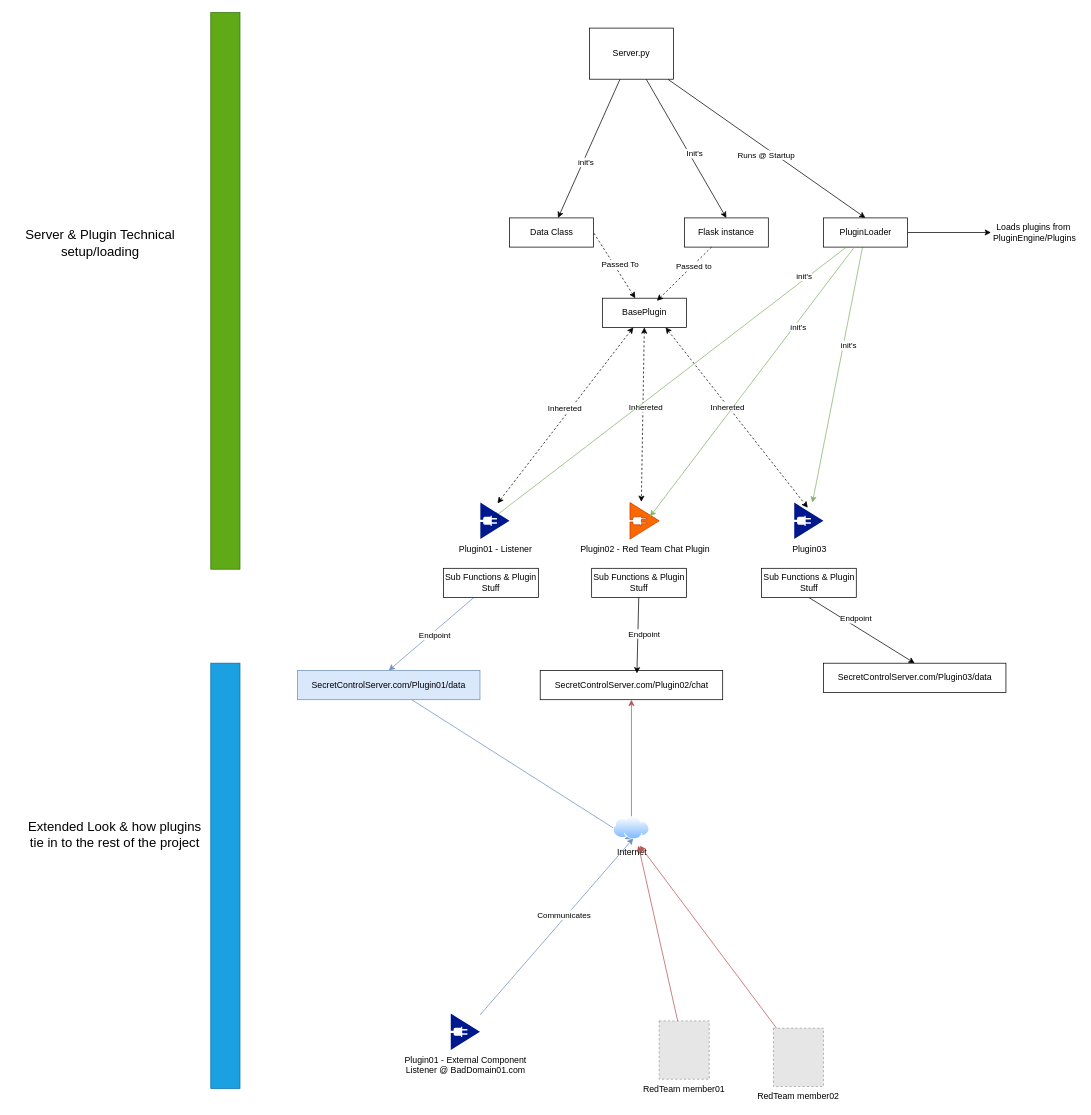
Earlier version of the draw.io diagram .Dev/PluginTechnicalSetup.drawio (ryanq47/WhisperNet). Source tidied: cells renumbered, new cells numbered last; positions are measured from the earlier drawing's top-left corner, leaving out a move shared by most shapes. Both pictures are drawn from the tidied source at 73%, with x=0, y=0 at pixel (-53, 28). Pictures stored in the file or linked from it are replaced by grey dashed boxes.
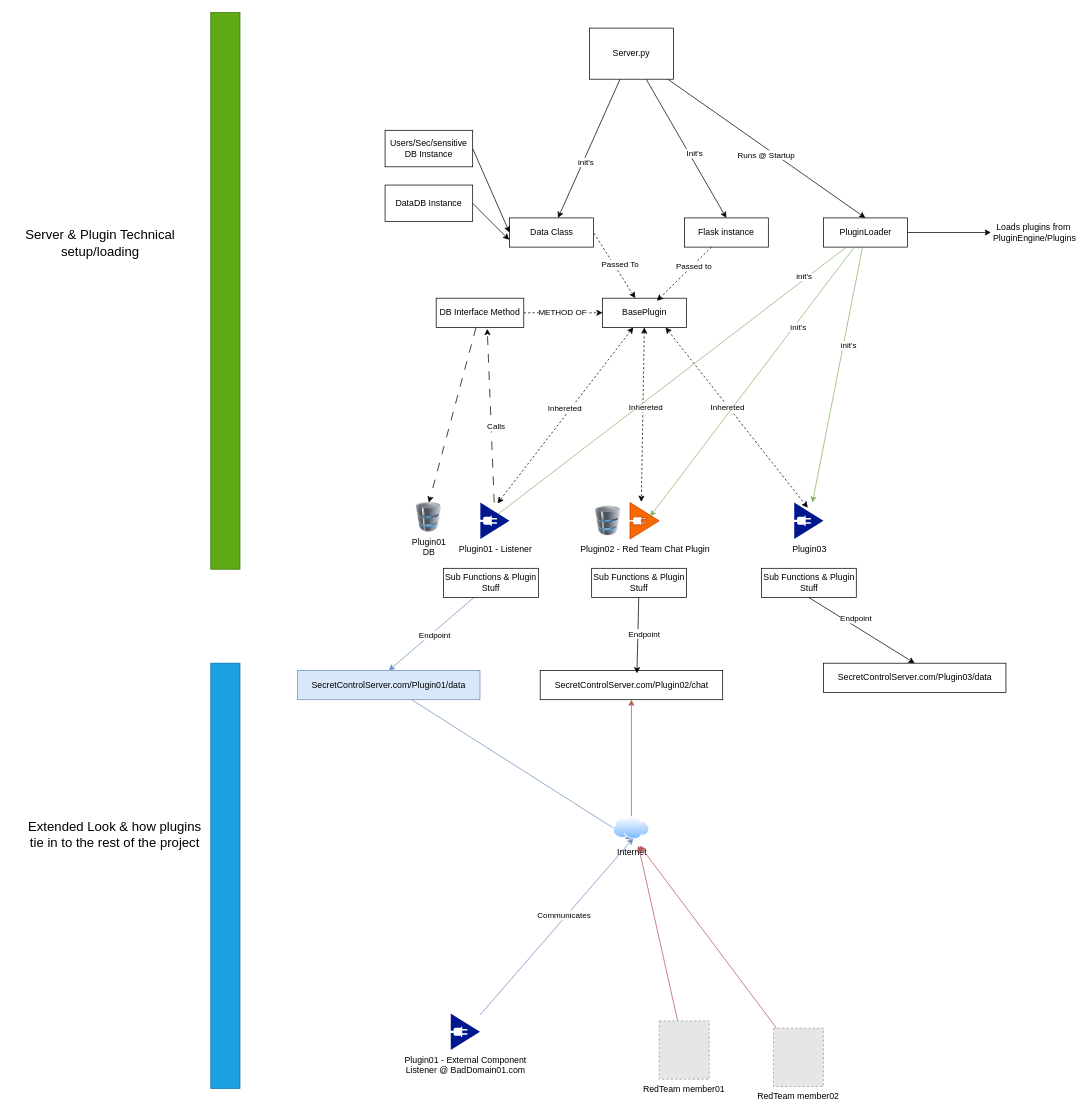
The same diagram, later.

Unchanged cells that the change refers to:
```xml
<mxCell id="11" value="Data Class" style="rounded=0;whiteSpace=wrap;html=1;" parent="1" vertex="1">
  <mxGeometry x="770.5" y="260" width="115" height="40" as="geometry" />
</mxCell>
<mxCell id="14" value="BasePlugin" style="rounded=0;whiteSpace=wrap;html=1;" parent="1" vertex="1">
  <mxGeometry x="898" y="370" width="115" height="40" as="geometry" />
</mxCell>
<mxCell id="39" value="Plugin01 - Listener" style="sketch=0;shadow=0;dashed=0;html=1;strokeColor=none;labelPosition=center;verticalLabelPosition=bottom;verticalAlign=top;align=center;fillColor=#00188D;shape=mxgraph.mscae.enterprise.plug_and_play;" parent="1" vertex="1">
  <mxGeometry x="730.5" y="650" width="40" height="50" as="geometry" />
</mxCell>
```

What changed in the source:
```diff
@@
+    <mxCell id="60" style="rounded=0;jettySize=auto;html=1;exitX=1;exitY=0.5;exitDx=0;exitDy=0;entryX=0;entryY=0.5;entryDx=0;entryDy=0;" parent="1" edge="1" source="61" target="11">
+      <mxGeometry relative="1" as="geometry" />
+    </mxCell>
+    <mxCell id="61" value="Users/Sec/sensitive DB Instance" style="rounded=0;whiteSpace=wrap;html=1;" parent="1" vertex="1">
+      <mxGeometry x="600" y="140" width="120" height="50" as="geometry" />
+    </mxCell>
+    <mxCell id="62" style="rounded=0;jettySize=auto;html=1;exitX=1;exitY=0.5;exitDx=0;exitDy=0;" parent="1" edge="1" source="63">
+      <mxGeometry relative="1" as="geometry">
+        <mxPoint x="770" y="290" as="targetPoint" />
+      </mxGeometry>
+    </mxCell>
+    <mxCell id="63" value="DataDB Instance" style="rounded=0;whiteSpace=wrap;html=1;" parent="1" vertex="1">
+      <mxGeometry x="600" y="215" width="120" height="50" as="geometry" />
+    </mxCell>
+    <mxCell id="64" style="rounded=0;jettySize=auto;html=1;entryX=0;entryY=0.5;entryDx=0;entryDy=0;dashed=1;" parent="1" edge="1" source="67" target="14">
+      <mxGeometry relative="1" as="geometry" />
+    </mxCell>
+    <mxCell id="65" value="METHOD OF" style="edgeLabel;html=1;align=center;verticalAlign=middle;" parent="64" vertex="1">
+      <mxGeometry x="-0.04" y="2" relative="1" as="geometry" />
+    </mxCell>
+    <mxCell id="66" style="rounded=0;jettySize=auto;html=1;entryX=0.5;entryY=0;entryDx=0;entryDy=0;dashed=1;dashPattern=12 12;" parent="1" edge="1" source="67" target="68">
+      <mxGeometry relative="1" as="geometry" />
+    </mxCell>
+    <mxCell id="67" value="DB Interface Method" style="rounded=0;whiteSpace=wrap;html=1;" parent="1" vertex="1">
+      <mxGeometry x="670" y="370" width="120" height="40" as="geometry" />
+    </mxCell>
+    <mxCell id="68" value="Plugin01&lt;br&gt;DB" style="image;html=1;image=img/lib/clip_art/computers/Database_128x128.png;" parent="1" vertex="1">
+      <mxGeometry x="640" y="650" width="40" height="40" as="geometry" />
+    </mxCell>
+    <mxCell id="69" style="image;html=1;image=img/lib/clip_art/computers/Database_128x128.png;" parent="1" vertex="1">
+      <mxGeometry x="885.5" y="655" width="40" height="40" as="geometry" />
+    </mxCell>
+    <mxCell id="70" style="rounded=0;jettySize=auto;html=1;entryX=0.583;entryY=1.05;entryDx=0;entryDy=0;entryPerimeter=0;dashed=1;dashPattern=12 12;" parent="1" edge="1" source="39" target="67">
+      <mxGeometry relative="1" as="geometry" />
+    </mxCell>
+    <mxCell id="71" value="Calls" style="edgeLabel;html=1;align=center;verticalAlign=middle;" parent="70" vertex="1">
+      <mxGeometry x="-0.13" y="-6" relative="1" as="geometry" />
+    </mxCell>
```
